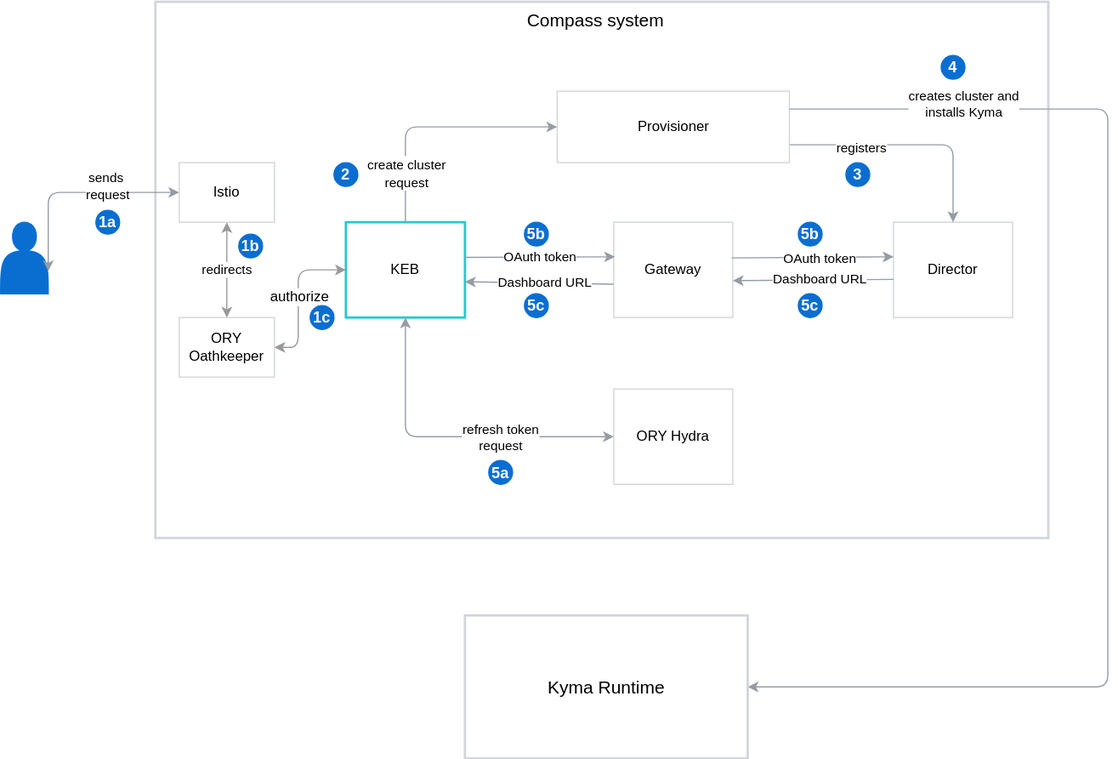
The draw.io diagram docs/assets/keb-architecture.svg in ukff/kyma-environment-broker, before a commit. Source tidied: cells renumbered, new cells last; positions are measured from the earlier drawing's top-left corner, leaving out a move shared by most shapes.
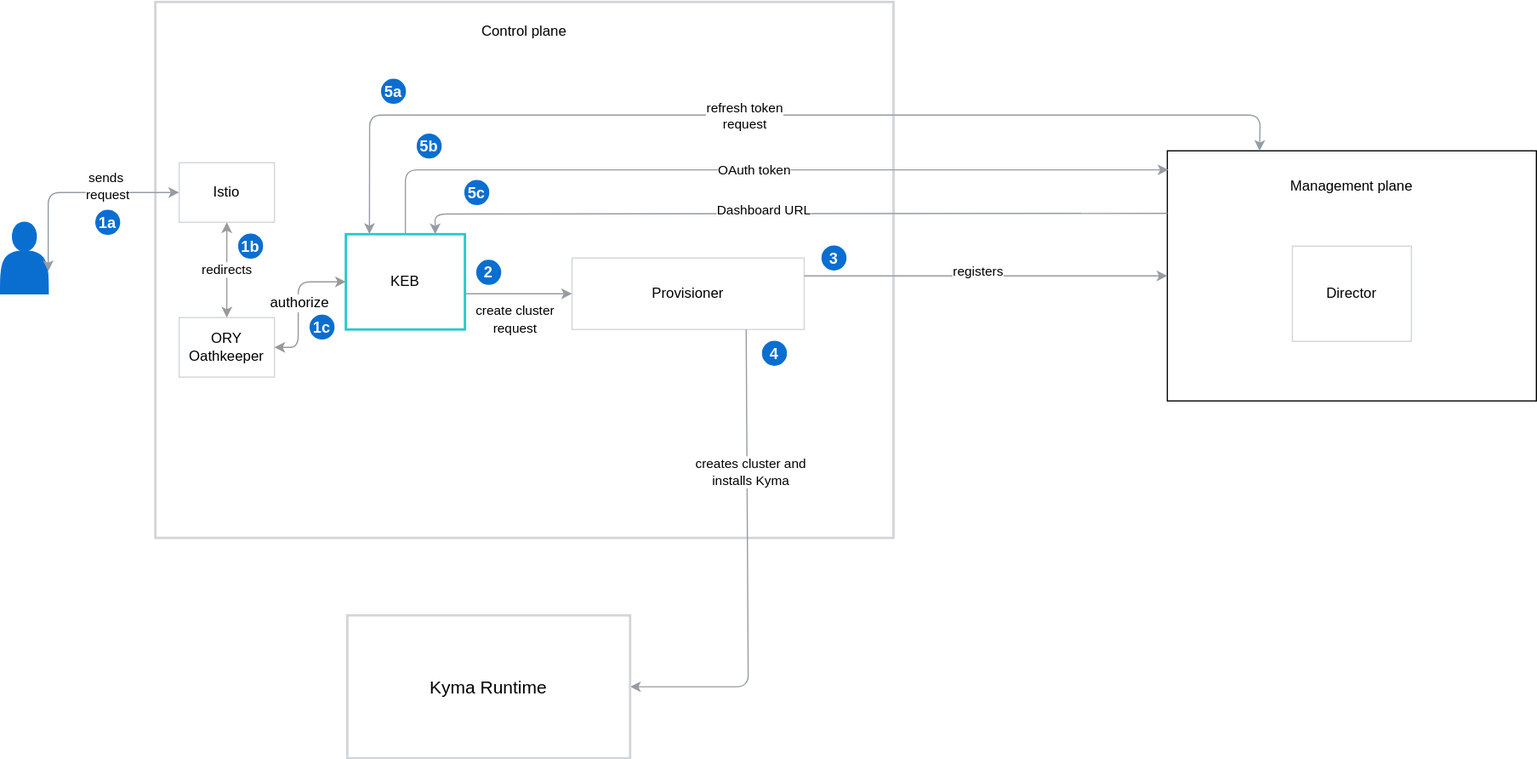
The same diagram one commit later.

Commit message:
Update KEB architecture diagram (#607)

Diff of the diagram source:
```diff
@@ -2,135 +2,107 @@
   <root>
     <mxCell id="0" />
     <mxCell id="1" parent="0" />
+    <mxCell id="43" style="rounded=0;whiteSpace=wrap;html=1;" parent="1" vertex="1">
+      <mxGeometry x="980" y="125" width="310" height="210" as="geometry" />
+    </mxCell>
     <mxCell id="2" style="rounded=0;whiteSpace=wrap;html=1;strokeColor=#D2D5D9;fillColor=#FFFFFF;strokeWidth=2;" parent="1" vertex="1">
-      <mxGeometry x="130" width="750" height="450" as="geometry" />
+      <mxGeometry x="130" width="620" height="450" as="geometry" />
     </mxCell>
     <mxCell id="3" style="shape=actor;whiteSpace=wrap;html=1;strokeColor=#0A6ED1;fillColor=#0A6ED1;" parent="1" vertex="1">
       <mxGeometry y="185" width="40" height="60" as="geometry" />
     </mxCell>
-    <mxCell id="4" value="&lt;font style=&quot;font-size: 15px&quot;&gt;Compass system&lt;/font&gt;" style="text;html=1;strokeColor=none;fillColor=none;align=center;verticalAlign=middle;whiteSpace=wrap;rounded=0;" parent="1" vertex="1">
-      <mxGeometry x="430" y="5" width="140" height="20" as="geometry" />
+    <mxCell id="4" value="Control plane" style="text;html=1;strokeColor=none;fillColor=none;align=center;verticalAlign=middle;whiteSpace=wrap;rounded=0;" parent="1" vertex="1">
+      <mxGeometry x="370" y="15" width="140" height="20" as="geometry" />
     </mxCell>
     <mxCell id="5" value="KEB" style="rounded=0;whiteSpace=wrap;html=1;strokeColor=#24CACC;fillColor=#FFFFFF;strokeWidth=2;" parent="1" vertex="1">
-      <mxGeometry x="290" y="185" width="100" height="80" as="geometry" />
+      <mxGeometry x="290" y="195" width="100" height="80" as="geometry" />
     </mxCell>
-    <mxCell id="6" value="Gateway" style="rounded=0;whiteSpace=wrap;html=1;strokeColor=#D2D5D9;fillColor=#FFFFFF;strokeWidth=1;" parent="1" vertex="1">
-      <mxGeometry x="515" y="185" width="100" height="80" as="geometry" />
-    </mxCell>
     <mxCell id="7" value="Director" style="rounded=0;whiteSpace=wrap;html=1;strokeColor=#D2D5D9;fillColor=#FFFFFF;strokeWidth=1;" parent="1" vertex="1">
-      <mxGeometry x="750" y="185" width="100" height="80" as="geometry" />
+      <mxGeometry x="1085" y="205" width="100" height="80" as="geometry" />
     </mxCell>
-    <mxCell id="8" style="edgeStyle=orthogonalEdgeStyle;rounded=1;jettySize=auto;html=1;exitX=1;exitY=0.75;exitDx=0;exitDy=0;entryX=0.5;entryY=0;entryDx=0;entryDy=0;strokeColor=#959CA4;fontSize=11;" parent="1" edge="1" source="10" target="7">
-      <mxGeometry relative="1" as="geometry" />
-    </mxCell>
-    <mxCell id="9" value="registers" style="text;html=1;align=center;verticalAlign=middle;labelBackgroundColor=#ffffff;fontSize=11;" parent="8" vertex="1">
-      <mxGeometry x="-0.42" y="-2" relative="1" as="geometry">
-        <mxPoint x="1" as="offset" />
-      </mxGeometry>
-    </mxCell>
     <mxCell id="10" value="Provisioner" style="rounded=0;whiteSpace=wrap;html=1;strokeColor=#D2D5D9;strokeWidth=1;fillColor=#FFFFFF;" parent="1" vertex="1">
-      <mxGeometry x="467.5" y="75" width="195" height="60" as="geometry" />
+      <mxGeometry x="480" y="215" width="195" height="60" as="geometry" />
     </mxCell>
-    <mxCell id="11" style="endArrow=classic;html=1;strokeColor=#959CA4;entryX=0;entryY=0.5;entryDx=0;entryDy=0;exitX=0.5;exitY=0;exitDx=0;exitDy=0;" parent="1" edge="1" source="5" target="10">
+    <mxCell id="11" style="endArrow=classic;html=1;strokeColor=#959CA4;entryX=0;entryY=0.5;entryDx=0;entryDy=0;" parent="1" edge="1" target="10">
       <mxGeometry relative="1" as="geometry">
+        <mxPoint x="391" y="245" as="sourcePoint" />
         <Array as="points">
-          <mxPoint x="340" y="105" />
+          <mxPoint x="410" y="245" />
         </Array>
       </mxGeometry>
     </mxCell>
     <mxCell id="12" value="&lt;font style=&quot;font-size: 11px&quot;&gt;create cluster&lt;br&gt;request&lt;br&gt;&lt;/font&gt;" style="text;html=1;align=center;verticalAlign=middle;labelBackgroundColor=#ffffff;" parent="11" vertex="1">
       <mxGeometry x="-0.73" y="1" relative="1" as="geometry">
-        <mxPoint x="1" y="-14" as="offset" />
+        <mxPoint x="28" y="21" as="offset" />
       </mxGeometry>
     </mxCell>
-    <mxCell id="13" style="endArrow=classic;html=1;strokeColor=#959CA4;exitX=1;exitY=0.25;exitDx=0;exitDy=0;entryX=1;entryY=0.5;entryDx=0;entryDy=0;" parent="1" edge="1" source="10" target="25">
+    <mxCell id="13" style="endArrow=classic;html=1;strokeColor=#959CA4;exitX=0.75;exitY=1;exitDx=0;exitDy=0;entryX=1;entryY=0.5;entryDx=0;entryDy=0;" parent="1" edge="1" source="10" target="25">
       <mxGeometry relative="1" as="geometry">
         <Array as="points">
-          <mxPoint x="930" y="90" />
-          <mxPoint x="930" y="575" />
+          <mxPoint x="628" y="575" />
         </Array>
       </mxGeometry>
     </mxCell>
     <mxCell id="14" value="creates cluster and &lt;br&gt;installs Kyma" style="text;html=1;align=center;verticalAlign=middle;labelBackgroundColor=#ffffff;fontSize=11;" parent="13" vertex="1">
       <mxGeometry x="-0.71" relative="1" as="geometry">
-        <mxPoint x="-8.5" y="-5" as="offset" />
+        <mxPoint x="3.4" y="62" as="offset" />
       </mxGeometry>
     </mxCell>
-    <mxCell id="15" value="ORY Hydra" style="rounded=0;whiteSpace=wrap;html=1;strokeColor=#D2D5D9;fillColor=#FFFFFF;strokeWidth=1;" parent="1" vertex="1">
-      <mxGeometry x="515" y="325" width="100" height="80" as="geometry" />
-    </mxCell>
-    <mxCell id="16" value="OAuth token" style="endArrow=classic;html=1;strokeColor=#959CA4;entryX=0.01;entryY=0.363;entryDx=0;entryDy=0;entryPerimeter=0;" parent="1" edge="1" target="6">
+    <mxCell id="16" value="OAuth token" style="endArrow=classic;html=1;strokeColor=#959CA4;exitX=0.5;exitY=0;exitDx=0;exitDy=0;entryX=0.003;entryY=0.076;entryDx=0;entryDy=0;entryPerimeter=0;" parent="1" edge="1" source="5" target="43">
       <mxGeometry relative="1" as="geometry">
-        <mxPoint x="390" y="214.5" as="sourcePoint" />
+        <Array as="points">
+          <mxPoint x="340" y="141" />
+        </Array>
       </mxGeometry>
     </mxCell>
-    <mxCell id="17" style="endArrow=classic;html=1;strokeColor=#959CA4;entryX=1;entryY=0.75;entryDx=0;entryDy=0;exitX=0;exitY=0.65;exitDx=0;exitDy=0;exitPerimeter=0;" parent="1" edge="1" source="6">
+    <mxCell id="17" style="endArrow=classic;html=1;strokeColor=#959CA4;exitX=0;exitY=0.25;exitDx=0;exitDy=0;entryX=0.75;entryY=0;entryDx=0;entryDy=0;" parent="1" edge="1" source="43" target="5">
       <mxGeometry relative="1" as="geometry">
-        <mxPoint x="390" y="235" as="targetPoint" />
+        <Array as="points">
+          <mxPoint x="365" y="178" />
+        </Array>
       </mxGeometry>
     </mxCell>
     <mxCell id="18" value="&lt;font style=&quot;font-size: 11px&quot;&gt;Dashboard URL&lt;/font&gt;" style="text;html=1;align=center;verticalAlign=middle;labelBackgroundColor=#ffffff;fontSize=10;" parent="17" vertex="1">
       <mxGeometry x="0.2" relative="1" as="geometry">
-        <mxPoint x="16" as="offset" />
+        <mxPoint x="39" y="-2.8" as="offset" />
       </mxGeometry>
     </mxCell>
-    <mxCell id="19" style="endArrow=classic;html=1;strokeColor=#959CA4;entryX=0;entryY=0.363;entryDx=0;entryDy=0;entryPerimeter=0;exitX=0.99;exitY=0.375;exitDx=0;exitDy=0;exitPerimeter=0;" parent="1" edge="1" source="6" target="7">
-      <mxGeometry relative="1" as="geometry" />
-    </mxCell>
-    <mxCell id="20" value="&lt;font style=&quot;font-size: 11px&quot;&gt;OAuth token&lt;/font&gt;" style="text;html=1;align=center;verticalAlign=middle;labelBackgroundColor=#ffffff;fontSize=10;" parent="19" vertex="1">
-      <mxGeometry x="-0.14" y="2" relative="1" as="geometry">
-        <mxPoint x="15" y="2.4" as="offset" />
-      </mxGeometry>
-    </mxCell>
-    <mxCell id="21" style="endArrow=classic;html=1;strokeColor=#959CA4;entryX=1;entryY=0.613;entryDx=0;entryDy=0;entryPerimeter=0;exitX=0;exitY=0.6;exitDx=0;exitDy=0;exitPerimeter=0;" parent="1" edge="1" source="7" target="6">
-      <mxGeometry relative="1" as="geometry" />
-    </mxCell>
-    <mxCell id="22" value="&lt;font style=&quot;font-size: 11px&quot;&gt;Dashboard URL&lt;/font&gt;" style="text;html=1;align=center;verticalAlign=middle;labelBackgroundColor=#ffffff;fontSize=10;" parent="21" vertex="1">
-      <mxGeometry x="0.17" y="-1" relative="1" as="geometry">
-        <mxPoint x="16" as="offset" />
-      </mxGeometry>
-    </mxCell>
-    <mxCell id="23" style="endArrow=classic;startArrow=classic;html=1;strokeColor=#959CA4;fontSize=10;entryX=0;entryY=0.5;entryDx=0;entryDy=0;exitX=0.5;exitY=1;exitDx=0;exitDy=0;" parent="1" edge="1" source="5" target="15">
+    <mxCell id="23" style="endArrow=classic;startArrow=classic;html=1;strokeColor=#959CA4;fontSize=10;exitX=0.29;exitY=0.433;exitDx=0;exitDy=0;exitPerimeter=0;entryX=0.25;entryY=0;entryDx=0;entryDy=0;" parent="1" edge="1" source="2" target="43">
       <mxGeometry relative="1" as="geometry">
         <Array as="points">
-          <mxPoint x="340" y="365" />
+          <mxPoint x="310" y="95" />
+          <mxPoint x="1058" y="95" />
         </Array>
       </mxGeometry>
     </mxCell>
     <mxCell id="24" value="&lt;font style=&quot;font-size: 11px&quot;&gt;refresh token&lt;br&gt;request&lt;br&gt;&lt;/font&gt;" style="text;html=1;align=center;verticalAlign=middle;labelBackgroundColor=#ffffff;fontSize=11;" parent="23" vertex="1">
       <mxGeometry x="0.23" y="-1" relative="1" as="geometry">
-        <mxPoint x="10" y="-1" as="offset" />
+        <mxPoint x="-125.2" y="-1" as="offset" />
       </mxGeometry>
     </mxCell>
     <mxCell id="25" value="&lt;font style=&quot;font-size: 15px&quot;&gt;Kyma Runtime&lt;/font&gt;" style="rounded=0;whiteSpace=wrap;html=1;strokeColor=#D2D5D9;strokeWidth=2;fillColor=#FFFFFF;fontSize=11;" parent="1" vertex="1">
-      <mxGeometry x="390" y="515" width="237.5" height="120" as="geometry" />
+      <mxGeometry x="291.2" y="515" width="237.5" height="120" as="geometry" />
     </mxCell>
     <mxCell id="26" value="&lt;font color=&quot;#ffffff&quot; size=&quot;1&quot;&gt;&lt;b style=&quot;font-size: 13px&quot;&gt;1a&lt;/b&gt;&lt;/font&gt;" style="ellipse;whiteSpace=wrap;html=1;strokeColor=#0A6ED1;strokeWidth=1;fillColor=#0A6ED1;fontSize=11;" parent="1" vertex="1">
       <mxGeometry x="80" y="175" width="20" height="20" as="geometry" />
     </mxCell>
     <mxCell id="27" value="&lt;font color=&quot;#ffffff&quot; size=&quot;1&quot;&gt;&lt;b style=&quot;font-size: 13px&quot;&gt;2&lt;/b&gt;&lt;/font&gt;" style="ellipse;whiteSpace=wrap;html=1;strokeColor=#0A6ED1;strokeWidth=1;fillColor=#0A6ED1;fontSize=11;" parent="1" vertex="1">
-      <mxGeometry x="280" y="135" width="20" height="20" as="geometry" />
+      <mxGeometry x="400" y="217" width="20" height="20" as="geometry" />
     </mxCell>
     <mxCell id="28" value="&lt;font color=&quot;#ffffff&quot; size=&quot;1&quot;&gt;&lt;b style=&quot;font-size: 13px&quot;&gt;4&lt;/b&gt;&lt;/font&gt;" style="ellipse;whiteSpace=wrap;html=1;strokeColor=#0A6ED1;strokeWidth=1;fillColor=#0A6ED1;fontSize=11;" parent="1" vertex="1">
-      <mxGeometry x="790" y="45" width="20" height="20" as="geometry" />
+      <mxGeometry x="640" y="285" width="20" height="20" as="geometry" />
     </mxCell>
-    <mxCell id="29" value="&lt;font color=&quot;#ffffff&quot; size=&quot;1&quot;&gt;&lt;b style=&quot;font-size: 13px&quot;&gt;3&lt;/b&gt;&lt;/font&gt;" style="ellipse;whiteSpace=wrap;html=1;strokeColor=#0A6ED1;strokeWidth=1;fillColor=#0A6ED1;fontSize=11;" parent="1" vertex="1">
-      <mxGeometry x="710" y="135" width="20" height="20" as="geometry" />
+    <mxCell id="29" value="&lt;font color=&quot;#ffffff&quot; size=&quot;1&quot;&gt;&lt;b style=&quot;font-size: 13px&quot;&gt;3&lt;/b&gt;&lt;/font&gt;" style="ellipse;whiteSpace=wrap;html=1;strokeColor=#0A6ED1;strokeWidth=1;fillColor=#0A6ED1;fontSize=11;direction=west;" parent="1" vertex="1">
+      <mxGeometry x="690" y="205" width="20" height="20" as="geometry" />
     </mxCell>
     <mxCell id="30" value="&lt;font color=&quot;#ffffff&quot; size=&quot;1&quot;&gt;&lt;b style=&quot;font-size: 13px&quot;&gt;5a&lt;/b&gt;&lt;/font&gt;" style="ellipse;whiteSpace=wrap;html=1;strokeColor=#0A6ED1;strokeWidth=1;fillColor=#0A6ED1;fontSize=11;" parent="1" vertex="1">
-      <mxGeometry x="410" y="385" width="20" height="20" as="geometry" />
+      <mxGeometry x="320" y="65" width="20" height="20" as="geometry" />
     </mxCell>
     <mxCell id="31" value="&lt;font color=&quot;#ffffff&quot;&gt;&lt;span style=&quot;font-size: 13px&quot;&gt;&lt;b&gt;5b&lt;/b&gt;&lt;/span&gt;&lt;/font&gt;" style="ellipse;whiteSpace=wrap;html=1;strokeColor=#0A6ED1;strokeWidth=1;fillColor=#0A6ED1;fontSize=11;" parent="1" vertex="1">
-      <mxGeometry x="440" y="185" width="20" height="20" as="geometry" />
+      <mxGeometry x="350" y="111" width="20" height="20" as="geometry" />
     </mxCell>
-    <mxCell id="32" value="&lt;font color=&quot;#ffffff&quot; size=&quot;1&quot;&gt;&lt;b style=&quot;font-size: 13px&quot;&gt;5b&lt;/b&gt;&lt;/font&gt;" style="ellipse;whiteSpace=wrap;html=1;strokeColor=#0A6ED1;strokeWidth=1;fillColor=#0A6ED1;fontSize=11;" parent="1" vertex="1">
-      <mxGeometry x="670" y="185" width="20" height="20" as="geometry" />
-    </mxCell>
-    <mxCell id="33" value="&lt;font color=&quot;#ffffff&quot; size=&quot;1&quot;&gt;&lt;b style=&quot;font-size: 13px&quot;&gt;5c&lt;/b&gt;&lt;/font&gt;" style="ellipse;whiteSpace=wrap;html=1;strokeColor=#0A6ED1;strokeWidth=1;fillColor=#0A6ED1;fontSize=11;" parent="1" vertex="1">
-      <mxGeometry x="670" y="245" width="20" height="20" as="geometry" />
-    </mxCell>
     <mxCell id="34" value="&lt;font color=&quot;#ffffff&quot;&gt;&lt;span style=&quot;font-size: 13px&quot;&gt;&lt;b&gt;5c&lt;/b&gt;&lt;/span&gt;&lt;/font&gt;" style="ellipse;whiteSpace=wrap;html=1;strokeColor=#0A6ED1;strokeWidth=1;fillColor=#0A6ED1;fontSize=11;" parent="1" vertex="1">
-      <mxGeometry x="440" y="245" width="20" height="20" as="geometry" />
+      <mxGeometry x="390" y="150" width="20" height="20" as="geometry" />
     </mxCell>
     <mxCell id="35" value="ORY Oathkeeper" style="rounded=0;whiteSpace=wrap;html=1;strokeColor=#D2D5D9;fillColor=#FFFFFF;strokeWidth=1;" parent="1" vertex="1">
       <mxGeometry x="150" y="265" width="80" height="50" as="geometry" />
@@ -152,7 +124,7 @@
     <mxCell id="39" style="endArrow=classic;startArrow=classic;html=1;strokeColor=#999999;entryX=1;entryY=0.5;entryDx=0;entryDy=0;exitX=0;exitY=0.5;exitDx=0;exitDy=0;" parent="1" edge="1" source="5" target="35">
       <mxGeometry relative="1" as="geometry">
         <Array as="points">
-          <mxPoint x="250" y="225" />
+          <mxPoint x="250" y="235" />
           <mxPoint x="250" y="290" />
         </Array>
       </mxGeometry>
@@ -164,7 +136,18 @@
       <mxGeometry x="200" y="195" width="20" height="20" as="geometry" />
     </mxCell>
     <mxCell id="42" value="&lt;font color=&quot;#ffffff&quot; size=&quot;1&quot;&gt;&lt;b style=&quot;font-size: 13px&quot;&gt;1c&lt;/b&gt;&lt;/font&gt;" style="ellipse;whiteSpace=wrap;html=1;strokeColor=#0A6ED1;strokeWidth=1;fillColor=#0A6ED1;fontSize=11;" parent="1" vertex="1">
-      <mxGeometry x="260" y="255" width="20" height="20" as="geometry" />
+      <mxGeometry x="260" y="263" width="20" height="20" as="geometry" />
     </mxCell>
+    <mxCell id="44" value="Management plane" style="text;html=1;strokeColor=none;fillColor=none;align=center;verticalAlign=middle;whiteSpace=wrap;rounded=0;" parent="1" vertex="1">
+      <mxGeometry x="1080" y="145" width="110" height="20" as="geometry" />
+    </mxCell>
+    <mxCell id="45" style="edgeStyle=orthogonalEdgeStyle;rounded=1;jettySize=auto;html=1;strokeColor=#959CA4;fontSize=11;exitX=1;exitY=0.25;exitDx=0;exitDy=0;entryX=0;entryY=0.5;entryDx=0;entryDy=0;" parent="1" edge="1" source="10" target="43">
+      <mxGeometry relative="1" as="geometry" />
+    </mxCell>
+    <mxCell id="9" value="registers" style="text;html=1;align=center;verticalAlign=middle;labelBackgroundColor=#ffffff;fontSize=11;" parent="45" vertex="1">
+      <mxGeometry x="-0.42" y="-2" relative="1" as="geometry">
+        <mxPoint x="56" y="-7" as="offset" />
+      </mxGeometry>
+    </mxCell>
   </root>
 </mxGraphModel>
```
